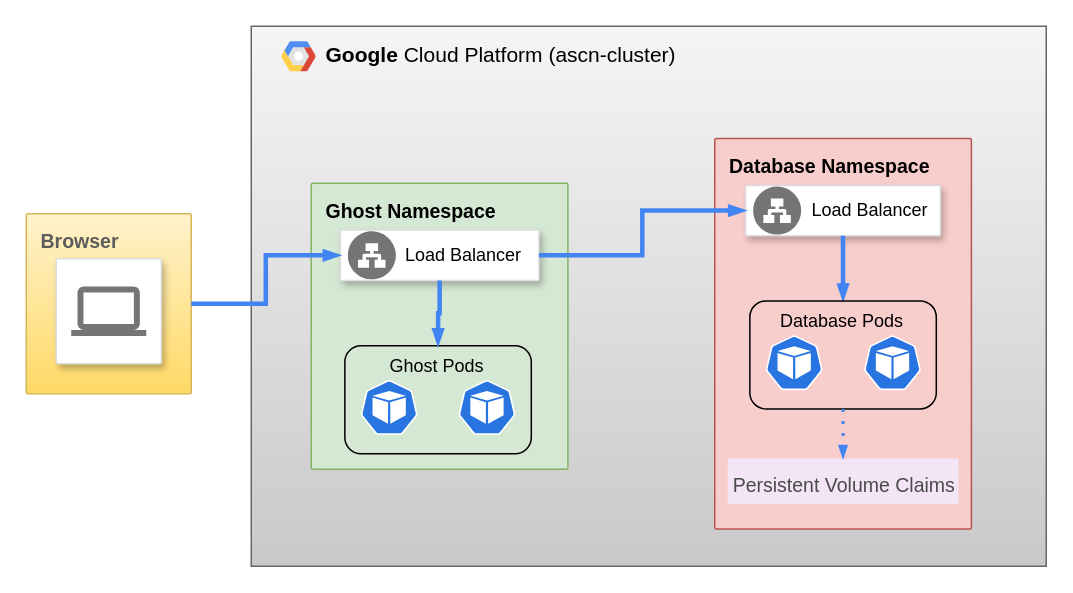
This is doc/Kubernetes Ghost.drawio from rsaSantos/Cloud-Ghost, a draw.io file, before an edit. Source tidied: cells renumbered, new cells numbered last; positions are measured from the earlier drawing's top-left corner, leaving out a move shared by most shapes. Both pictures are drawn from the tidied source at 150%, with x=0, y=0 at pixel (26, 26).
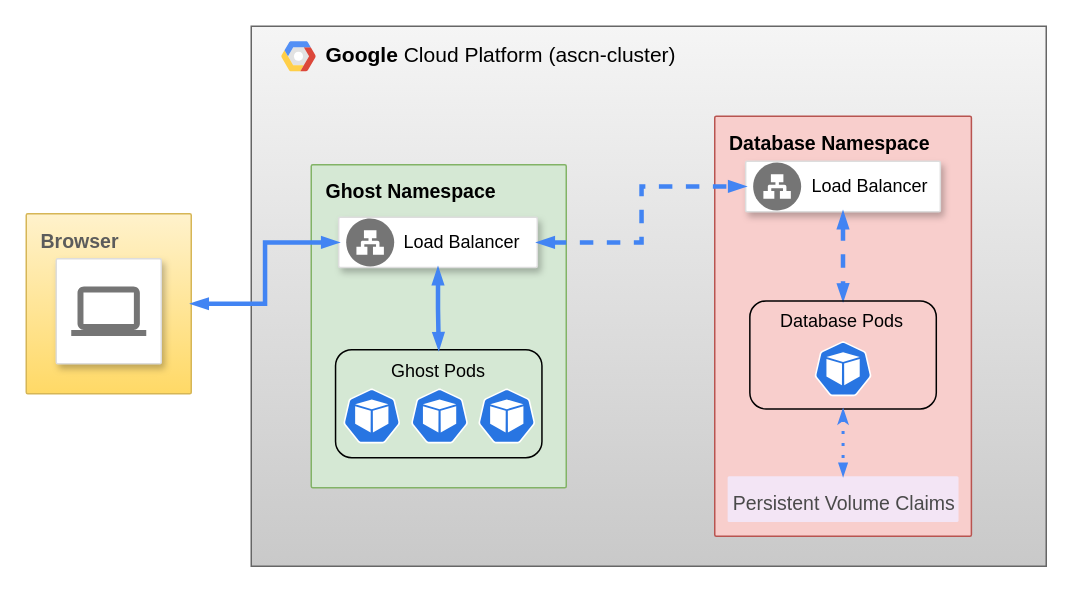
Above is the later version.

Commit message (it also covers changes not shown here):
kubernetes diagram final

The change refers to these unchanged cells:
```xml
<mxCell id="2" value="&lt;b&gt;Google &lt;/b&gt;Cloud Platform (ascn-cluster)" style="fillColor=#f5f5f5;strokeColor=#666666;shadow=0;gradientColor=#C9C9C9;fontSize=14;align=left;spacing=10;9E9E9E;verticalAlign=top;spacingTop=-4;fontStyle=0;spacingLeft=40;html=1;imageVerticalAlign=top;" parent="1" vertex="1">
  <mxGeometry x="150" width="530" height="360" as="geometry" />
</mxCell>
<mxCell id="17" value="Database Pods" style="rounded=1;whiteSpace=wrap;html=1;fillColor=none;align=center;imageVerticalAlign=top;verticalAlign=top;" parent="2" vertex="1">
  <mxGeometry x="332.4" y="183.1" width="124.3" height="72" as="geometry" />
</mxCell>
<mxCell id="21" value="&lt;font style=&quot;font-size: 13px;&quot; color=&quot;#5c5c5c&quot;&gt;&lt;b&gt;Browser&lt;/b&gt;&lt;/font&gt;" style="rounded=1;absoluteArcSize=1;arcSize=2;html=1;strokeColor=#d6b656;shadow=0;dashed=0;fontSize=12;align=left;verticalAlign=top;spacing=10;spacingTop=-4;fillColor=#fff2cc;gradientColor=#ffd966;" parent="1" vertex="1">
  <mxGeometry y="125" width="110" height="120" as="geometry" />
</mxCell>
```

Change to the diagram source:
```diff
@@
     <mxCell id="4" value="&lt;b&gt;&lt;font style=&quot;font-size: 13px;&quot;&gt;Ghost Namespace&lt;/font&gt;&lt;/b&gt;" style="rounded=1;absoluteArcSize=1;arcSize=2;html=1;strokeColor=#82b366;shadow=0;dashed=0;fontSize=12;align=left;verticalAlign=top;spacing=10;spacingTop=-4;fillColor=#d5e8d4;" parent="2" vertex="1">
-      <mxGeometry x="40" y="104.7" width="171.1" height="190.7" as="geometry" />
+      <mxGeometry x="40" y="92.3" width="170" height="215.3" as="geometry" />
     </mxCell>
     <mxCell id="5" style="strokeColor=#dddddd;shadow=1;strokeWidth=1;rounded=1;absoluteArcSize=1;arcSize=2;" parent="2" vertex="1">
-      <mxGeometry x="59.4" y="135.9" width="132.4" height="33.6" as="geometry" />
+      <mxGeometry x="58.3" y="127.3" width="132.4" height="33.6" as="geometry" />
     </mxCell>
@@
     <mxCell id="7" value="&lt;b&gt;&lt;font style=&quot;font-size: 13px;&quot;&gt;Database Namespace&lt;/font&gt;&lt;/b&gt;" style="rounded=1;absoluteArcSize=1;arcSize=2;html=1;strokeColor=#b85450;shadow=0;dashed=0;fontSize=12;align=left;verticalAlign=top;spacing=10;spacingTop=-4;fillColor=#f8cecc;" parent="2" vertex="1">
-      <mxGeometry x="309" y="74.8" width="171.1" height="260.3" as="geometry" />
+      <mxGeometry x="309" y="60" width="171.1" height="280" as="geometry" />
     </mxCell>
     <mxCell id="8" style="strokeColor=#dddddd;shadow=1;strokeWidth=1;rounded=1;absoluteArcSize=1;arcSize=2;" parent="2" vertex="1">
-      <mxGeometry x="329.6" y="106.1" width="129.8" height="33.6" as="geometry" />
+      <mxGeometry x="329.6" y="90" width="129.8" height="33.6" as="geometry" />
     </mxCell>
@@
     <mxCell id="10" value="Ghost Pods" style="rounded=1;whiteSpace=wrap;html=1;fillColor=none;align=center;imageVerticalAlign=top;verticalAlign=top;" parent="2" vertex="1">
-      <mxGeometry x="62.4" y="213" width="124.3" height="72" as="geometry" />
+      <mxGeometry x="56.2" y="215.6" width="137.6" height="72" as="geometry" />
     </mxCell>
     <mxCell id="11" style="sketch=0;html=1;dashed=0;whitespace=wrap;fillColor=#2875E2;strokeColor=#ffffff;verticalLabelPosition=bottom;align=center;verticalAlign=top;shape=mxgraph.kubernetes.icon;prIcon=pod;" parent="2" vertex="1">
-      <mxGeometry x="71.6" y="235.8" width="40.7" height="36.6" as="geometry" />
+      <mxGeometry x="60" y="241.5" width="40.7" height="36.6" as="geometry" />
     </mxCell>
     <mxCell id="12" style="sketch=0;html=1;dashed=0;whitespace=wrap;fillColor=#2875E2;strokeColor=#ffffff;verticalLabelPosition=bottom;align=center;verticalAlign=top;shape=mxgraph.kubernetes.icon;prIcon=pod;" parent="2" vertex="1">
-      <mxGeometry x="136.8" y="235.8" width="40.7" height="36.6" as="geometry" />
+      <mxGeometry x="150" y="241.5" width="40.7" height="36.6" as="geometry" />
     </mxCell>
-    <mxCell id="13" style="edgeStyle=orthogonalEdgeStyle;fontSize=12;html=1;endArrow=blockThin;endFill=1;rounded=0;strokeWidth=3;endSize=4;startSize=4;dashed=0;strokeColor=#4284F3;exitX=0.5;exitY=1;exitDx=0;exitDy=0;entryX=0.5;entryY=0;entryDx=0;entryDy=0;" parent="2" edge="1" source="5" target="10">
+    <mxCell id="13" style="edgeStyle=orthogonalEdgeStyle;fontSize=12;html=1;endArrow=blockThin;endFill=1;rounded=0;strokeWidth=3;endSize=4;startSize=4;dashed=0;strokeColor=#4284F3;exitX=0.5;exitY=1;exitDx=0;exitDy=0;entryX=0.5;entryY=0;entryDx=0;entryDy=0;startArrow=blockThin;startFill=1;" parent="2" edge="1" source="5" target="10">
       <mxGeometry relative="1" as="geometry" />
     </mxCell>
-    <mxCell id="14" style="edgeStyle=orthogonalEdgeStyle;fontSize=12;html=1;endArrow=blockThin;endFill=1;rounded=0;strokeWidth=3;endSize=4;startSize=4;dashed=0;strokeColor=#4284F3;exitX=1;exitY=0.5;exitDx=0;exitDy=0;entryX=0;entryY=0.5;entryDx=0;entryDy=0;" parent="2" edge="1" source="5" target="8">
+    <mxCell id="14" style="edgeStyle=orthogonalEdgeStyle;fontSize=12;html=1;endArrow=blockThin;endFill=1;rounded=0;strokeWidth=3;endSize=4;startSize=4;dashed=1;strokeColor=#4284F3;exitX=1;exitY=0.5;exitDx=0;exitDy=0;entryX=0;entryY=0.5;entryDx=0;entryDy=0;startArrow=blockThin;startFill=1;" parent="2" edge="1" source="5" target="8">
       <mxGeometry relative="1" as="geometry" />
     </mxCell>
     <mxCell id="15" value="&lt;font style=&quot;font-size: 13px;&quot; color=&quot;#4a4a4a&quot;&gt;Persistent Volume Claims&lt;/font&gt;" style="sketch=0;points=[[0,0,0],[0.25,0,0],[0.5,0,0],[0.75,0,0],[1,0,0],[1,0.25,0],[1,0.5,0],[1,0.75,0],[1,1,0],[0.75,1,0],[0.5,1,0],[0.25,1,0],[0,1,0],[0,0.75,0],[0,0.5,0],[0,0.25,0]];rounded=1;absoluteArcSize=1;arcSize=2;html=1;strokeColor=none;gradientColor=none;shadow=0;dashed=0;fontSize=12;fontColor=#9E9E9E;align=center;verticalAlign=top;spacing=10;spacingTop=-4;fillColor=#F3E5F5;" parent="2" vertex="1">
-      <mxGeometry x="317.6" y="288.2" width="153.9" height="30.5" as="geometry" />
+      <mxGeometry x="317.6" y="300" width="153.9" height="30.5" as="geometry" />
     </mxCell>
-    <mxCell id="16" style="edgeStyle=orthogonalEdgeStyle;fontSize=12;html=1;endArrow=blockThin;endFill=1;rounded=0;strokeWidth=3;endSize=4;startSize=4;dashed=0;strokeColor=#4284F3;exitX=0.5;exitY=1;exitDx=0;exitDy=0;entryX=0.5;entryY=0;entryDx=0;entryDy=0;" parent="2" edge="1" source="8" target="17">
+    <mxCell id="16" style="edgeStyle=orthogonalEdgeStyle;fontSize=12;html=1;endArrow=blockThin;endFill=1;rounded=0;strokeWidth=3;endSize=4;startSize=4;dashed=1;strokeColor=#4284F3;exitX=0.5;exitY=1;exitDx=0;exitDy=0;entryX=0.5;entryY=0;entryDx=0;entryDy=0;startArrow=blockThin;startFill=1;" parent="2" edge="1" source="8" target="17">
       <mxGeometry relative="1" as="geometry" />
     </mxCell>
@@
-    <mxCell id="18" style="edgeStyle=orthogonalEdgeStyle;fontSize=12;html=1;endArrow=blockThin;endFill=1;rounded=0;strokeWidth=2;endSize=4;startSize=4;dashed=1;dashPattern=1 3;strokeColor=#4284F3;entryX=0.5;entryY=0;entryDx=0;entryDy=0;entryPerimeter=0;exitX=0.5;exitY=1;exitDx=0;exitDy=0;" parent="2" edge="1" source="17" target="15">
+    <mxCell id="18" style="edgeStyle=orthogonalEdgeStyle;fontSize=12;html=1;endArrow=blockThin;endFill=1;rounded=0;strokeWidth=2;endSize=4;startSize=4;dashed=1;dashPattern=1 3;strokeColor=#4284F3;entryX=0.5;entryY=0;entryDx=0;entryDy=0;entryPerimeter=0;exitX=0.5;exitY=1;exitDx=0;exitDy=0;startArrow=classicThin;startFill=1;" parent="2" edge="1" source="17" target="15">
       <mxGeometry relative="1" as="geometry" />
     </mxCell>
     <mxCell id="19" style="sketch=0;html=1;dashed=0;whitespace=wrap;fillColor=#2875E2;strokeColor=#ffffff;verticalLabelPosition=bottom;align=center;verticalAlign=top;shape=mxgraph.kubernetes.icon;prIcon=pod;" parent="2" vertex="1">
-      <mxGeometry x="341.6" y="206" width="40.7" height="36.6" as="geometry" />
+      <mxGeometry x="374.2" y="210" width="40.7" height="36.6" as="geometry" />
     </mxCell>
-    <mxCell id="20" style="sketch=0;html=1;dashed=0;whitespace=wrap;fillColor=#2875E2;strokeColor=#ffffff;verticalLabelPosition=bottom;align=center;verticalAlign=top;shape=mxgraph.kubernetes.icon;prIcon=pod;" parent="2" vertex="1">
-      <mxGeometry x="407.5" y="206" width="40" height="36.6" as="geometry" />
-    </mxCell>
+    <mxCell id="25" style="sketch=0;html=1;dashed=0;whitespace=wrap;fillColor=#2875E2;strokeColor=#ffffff;verticalLabelPosition=bottom;align=center;verticalAlign=top;shape=mxgraph.kubernetes.icon;prIcon=pod;" parent="2" vertex="1">
+      <mxGeometry x="105.2" y="241.5" width="40.7" height="36.6" as="geometry" />
+    </mxCell>
@@
-    <mxCell id="24" style="edgeStyle=orthogonalEdgeStyle;fontSize=12;html=1;endArrow=blockThin;endFill=1;rounded=0;strokeWidth=3;endSize=4;startSize=4;dashed=0;strokeColor=#4284F3;exitX=1;exitY=0.5;exitDx=0;exitDy=0;entryX=0;entryY=0.5;entryDx=0;entryDy=0;" parent="1" edge="1" source="21" target="5">
+    <mxCell id="24" style="edgeStyle=orthogonalEdgeStyle;fontSize=12;html=1;endArrow=blockThin;endFill=1;rounded=0;strokeWidth=3;endSize=4;startSize=4;dashed=0;strokeColor=#4284F3;exitX=1;exitY=0.5;exitDx=0;exitDy=0;entryX=0;entryY=0.5;entryDx=0;entryDy=0;startArrow=blockThin;startFill=1;" parent="1" edge="1" source="21" target="5">
       <mxGeometry relative="1" as="geometry" />
     </mxCell>
```
